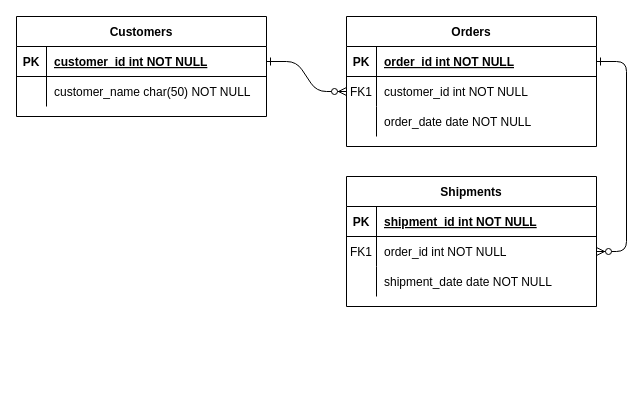
parkssang22/jsp keeps this draw.io diagram as 제목 없는 다이어그램.drawio. Above is the earlier version. Source tidied: cells renumbered, new cells numbered last; positions are measured from the earlier drawing's top-left corner, leaving out a move shared by most shapes. Both pictures are drawn from the tidied source at 100%, with x=0, y=0 at pixel (16, 16).
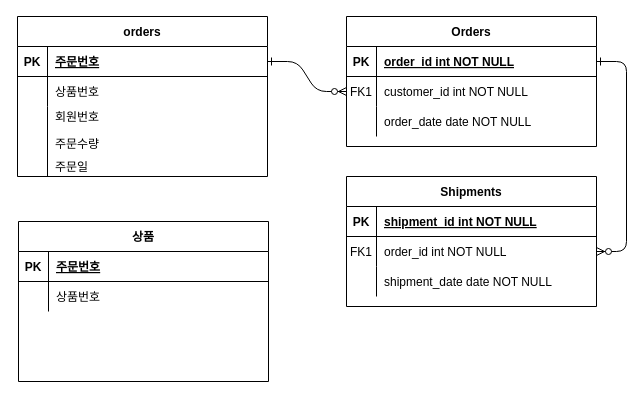
After the change.

Commit message:
제목 없는 다이어그램.drawio 업데이트

The change refers to these unchanged cells:
```xml
<mxCell id="25" style="shape=partialRectangle;fillColor=none;points=[[0,0.5],[1,0.5]];portConstraint=eastwest;top=0;left=0;right=0;bottom=1;" parent="24" vertex="1">
  <mxGeometry y="30" width="250" height="30" as="geometry" />
</mxCell>
<mxCell id="28" style="shape=partialRectangle;fillColor=none;top=0;left=0;right=0;bottom=0;" parent="24" vertex="1">
  <mxGeometry y="60" width="250" height="30" as="geometry" />
</mxCell>
```

What changed in the source:
```diff
@@
-    <mxCell id="24" value="Customers" style="shape=table;startSize=30;childLayout=tableLayout;rowLines=0;fontStyle=1;align=center;" parent="1" vertex="1">
-      <mxGeometry width="250" height="100" as="geometry" />
+    <mxCell id="24" value="orders" style="shape=table;startSize=30;childLayout=tableLayout;rowLines=0;fontStyle=1;align=center;" parent="1" vertex="1">
+      <mxGeometry x="1" width="250" height="160" as="geometry" />
     </mxCell>
@@
-    <mxCell id="27" value="customer_id int NOT NULL " style="shape=partialRectangle;overflow=hidden;fillColor=none;top=0;left=0;bottom=0;right=0;align=left;spacingLeft=6;fontStyle=5;" parent="25" vertex="1">
+    <mxCell id="27" value="주문번호" style="shape=partialRectangle;overflow=hidden;fillColor=none;top=0;left=0;bottom=0;right=0;align=left;spacingLeft=6;fontStyle=5;" parent="25" vertex="1">
       <mxGeometry x="30" width="220" height="30" as="geometry" />
     </mxCell>
@@
-    <mxCell id="30" value="customer_name char(50) NOT NULL" style="shape=partialRectangle;overflow=hidden;fillColor=none;top=0;left=0;bottom=0;right=0;align=left;spacingLeft=6;" parent="28" vertex="1">
+    <mxCell id="30" value="상품번호" style="shape=partialRectangle;overflow=hidden;fillColor=none;top=0;left=0;bottom=0;right=0;align=left;spacingLeft=6;" parent="28" vertex="1">
       <mxGeometry x="30" width="220" height="30" as="geometry" />
     </mxCell>
+    <mxCell id="31" style="shape=table;startSize=0;childLayout=tableLayout;fontSize=11;fillColor=none;strokeColor=none;" parent="1" vertex="1">
+      <mxGeometry x="321" y="240" width="60" height="60" as="geometry" />
+    </mxCell>
+    <mxCell id="32" value="회원번호" style="shape=partialRectangle;overflow=hidden;fillColor=none;top=0;left=0;bottom=0;right=0;align=left;spacingLeft=6;" parent="1" vertex="1">
+      <mxGeometry x="31" y="85" width="220" height="30" as="geometry" />
+    </mxCell>
+    <mxCell id="33" value="주문수량" style="shape=partialRectangle;overflow=hidden;fillColor=none;top=0;left=0;bottom=0;right=0;align=left;spacingLeft=6;" parent="1" vertex="1">
+      <mxGeometry x="31" y="112" width="220" height="30" as="geometry" />
+    </mxCell>
+    <mxCell id="34" value="주문일" style="shape=partialRectangle;overflow=hidden;fillColor=none;top=0;left=0;bottom=0;right=0;align=left;spacingLeft=6;" parent="1" vertex="1">
+      <mxGeometry x="31" y="135" width="220" height="30" as="geometry" />
+    </mxCell>
+    <mxCell id="35" style="line;strokeWidth=1;direction=south;html=1;" parent="1" vertex="1">
+      <mxGeometry x="26" y="90" width="10" height="70" as="geometry" />
+    </mxCell>
+    <mxCell id="36" value="상품" style="shape=table;startSize=30;childLayout=tableLayout;rowLines=0;fontStyle=1;align=center;" parent="1" vertex="1">
+      <mxGeometry x="2" y="205" width="250" height="160" as="geometry" />
+    </mxCell>
+    <mxCell id="37" style="shape=partialRectangle;fillColor=none;top=0;left=0;right=0;bottom=1;" parent="36" vertex="1">
+      <mxGeometry y="30" width="250" height="30" as="geometry" />
+    </mxCell>
+    <mxCell id="38" value="PK" style="shape=partialRectangle;overflow=hidden;fillColor=none;top=0;left=0;bottom=0;right=0;fontStyle=1;" parent="37" vertex="1">
+      <mxGeometry width="30" height="30" as="geometry" />
+    </mxCell>
+    <mxCell id="39" value="주문번호" style="shape=partialRectangle;overflow=hidden;fillColor=none;top=0;left=0;bottom=0;right=0;align=left;spacingLeft=6;fontStyle=5;" parent="37" vertex="1">
+      <mxGeometry x="30" width="220" height="30" as="geometry" />
+    </mxCell>
+    <mxCell id="40" style="shape=partialRectangle;fillColor=none;top=0;left=0;right=0;bottom=0;" parent="36" vertex="1">
+      <mxGeometry y="60" width="250" height="30" as="geometry" />
+    </mxCell>
+    <mxCell id="41" style="shape=partialRectangle;overflow=hidden;fillColor=none;top=0;left=0;bottom=0;right=0;" parent="40" vertex="1">
+      <mxGeometry width="30" height="30" as="geometry" />
+    </mxCell>
+    <mxCell id="42" value="상품번호" style="shape=partialRectangle;overflow=hidden;fillColor=none;top=0;left=0;bottom=0;right=0;align=left;spacingLeft=6;" parent="40" vertex="1">
+      <mxGeometry x="30" width="220" height="30" as="geometry" />
+    </mxCell>
```
